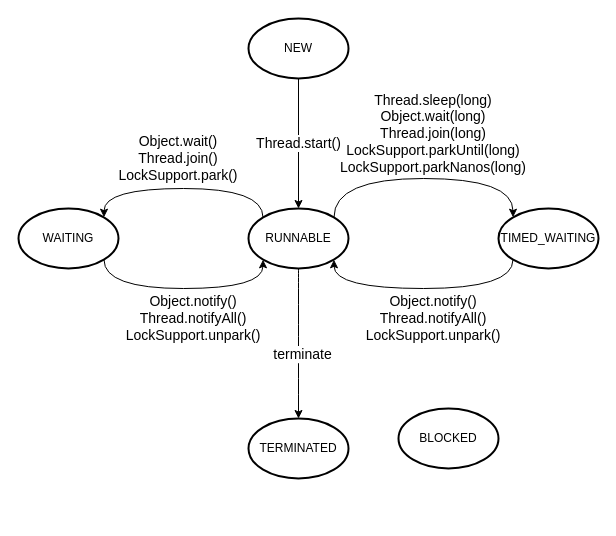
Before: 51cto_jcp.drawio in bluefantasy2014/draw.io, a draw.io diagram. Source tidied: cells renumbered, new cells numbered last; positions are measured from the earlier drawing's top-left corner, leaving out a move shared by most shapes. Both pictures are drawn from the tidied source at 100%, with x=0, y=0 at pixel (18, 18).
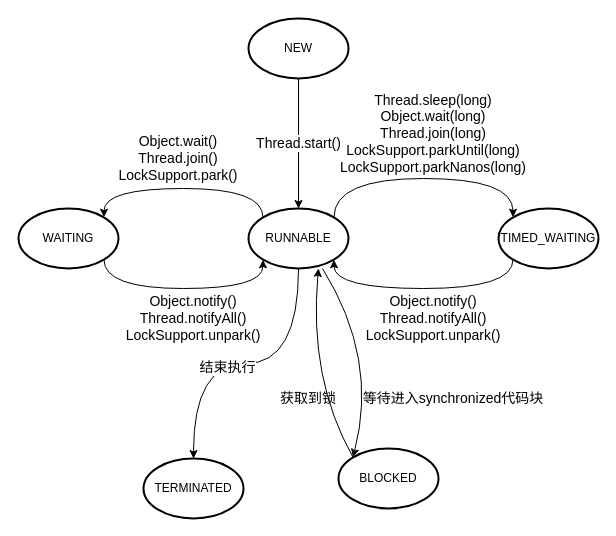
After the change.

The change refers to these unchanged cells:
```xml
<mxCell id="8" style="edgeStyle=orthogonalEdgeStyle;curved=1;jettySize=auto;html=1;exitX=0.5;exitY=1;exitDx=0;exitDy=0;exitPerimeter=0;entryX=0.5;entryY=0;entryDx=0;entryDy=0;entryPerimeter=0;fontSize=14;" parent="1" edge="1" source="10" target="13">
  <mxGeometry relative="1" as="geometry" />
</mxCell>
<mxCell id="10" value="RUNNABLE" style="strokeWidth=2;html=1;shape=mxgraph.flowchart.start_1;whiteSpace=wrap;" parent="1" vertex="1">
  <mxGeometry x="230" y="190" width="100" height="60" as="geometry" />
</mxCell>
<mxCell id="12" value="TIMED_WAITING" style="strokeWidth=2;html=1;shape=mxgraph.flowchart.start_1;whiteSpace=wrap;" parent="1" vertex="1">
  <mxGeometry x="480" y="190" width="100" height="60" as="geometry" />
</mxCell>
```

The edit, as a diff of the source:
```diff
@@
-    <mxCell id="7" style="edgeStyle=orthogonalEdgeStyle;curved=1;jettySize=auto;html=1;exitX=0.855;exitY=0.145;exitDx=0;exitDy=0;exitPerimeter=0;entryX=0.145;entryY=0.145;entryDx=0;entryDy=0;entryPerimeter=0;fontSize=14;" parent="1" edge="1" source="10" target="12">
+    <mxCell id="7" style="edgeStyle=orthogonalEdgeStyle;jettySize=auto;html=1;exitX=0.855;exitY=0.145;exitDx=0;exitDy=0;exitPerimeter=0;entryX=0.145;entryY=0.145;entryDx=0;entryDy=0;entryPerimeter=0;fontSize=14;curved=1;" parent="1" edge="1" source="10" target="12">
       <mxGeometry relative="1" as="geometry">
         <Array as="points">
           <mxPoint x="316" y="160" />
           <mxPoint x="495" y="160" />
         </Array>
       </mxGeometry>
     </mxCell>
@@
-    <mxCell id="9" value="terminate" style="text;html=1;align=center;verticalAlign=middle;labelBackgroundColor=#ffffff;fontSize=14;" parent="8" vertex="1">
+    <mxCell id="9" value="结束执行" style="text;html=1;align=center;verticalAlign=middle;labelBackgroundColor=#ffffff;fontSize=14;" parent="8" vertex="1">
       <mxGeometry x="0.13" y="3" relative="1" as="geometry" />
     </mxCell>
@@
     <mxCell id="13" value="TERMINATED" style="strokeWidth=2;html=1;shape=mxgraph.flowchart.start_1;whiteSpace=wrap;" parent="1" vertex="1">
-      <mxGeometry x="230" y="400" width="100" height="60" as="geometry" />
+      <mxGeometry x="125" y="440" width="100" height="60" as="geometry" />
     </mxCell>
     <mxCell id="14" value="BLOCKED" style="strokeWidth=2;html=1;shape=mxgraph.flowchart.start_1;whiteSpace=wrap;" parent="1" vertex="1">
-      <mxGeometry x="380" y="390" width="100" height="60" as="geometry" />
+      <mxGeometry x="320" y="430" width="100" height="60" as="geometry" />
     </mxCell>
@@
+    <mxCell id="19" style="endArrow=classic;html=1;fontSize=14;entryX=0.145;entryY=0.145;entryDx=0;entryDy=0;entryPerimeter=0;curved=1;" parent="1" edge="1" target="14">
+      <mxGeometry relative="1" as="geometry">
+        <mxPoint x="304" y="250" as="sourcePoint" />
+        <Array as="points">
+          <mxPoint x="360" y="340" />
+        </Array>
+      </mxGeometry>
+    </mxCell>
+    <mxCell id="20" style="endArrow=classic;html=1;fontSize=14;exitX=0.145;exitY=0.145;exitDx=0;exitDy=0;exitPerimeter=0;curved=1;" parent="1" edge="1" source="14">
+      <mxGeometry relative="1" as="geometry">
+        <mxPoint x="300" y="250" as="targetPoint" />
+        <Array as="points">
+          <mxPoint x="290" y="360" />
+        </Array>
+      </mxGeometry>
+    </mxCell>
+    <mxCell id="21" value="等待进入synchronized代码块" style="text;html=1;strokeColor=none;fillColor=none;align=center;verticalAlign=middle;whiteSpace=wrap;rounded=0;fontSize=14;" parent="1" vertex="1">
+      <mxGeometry x="340" y="370" width="190" height="20" as="geometry" />
+    </mxCell>
+    <mxCell id="22" value="获取到锁" style="text;html=1;strokeColor=none;fillColor=none;align=center;verticalAlign=middle;whiteSpace=wrap;rounded=0;fontSize=14;" parent="1" vertex="1">
+      <mxGeometry x="250" y="370" width="80" height="20" as="geometry" />
+    </mxCell>
```
